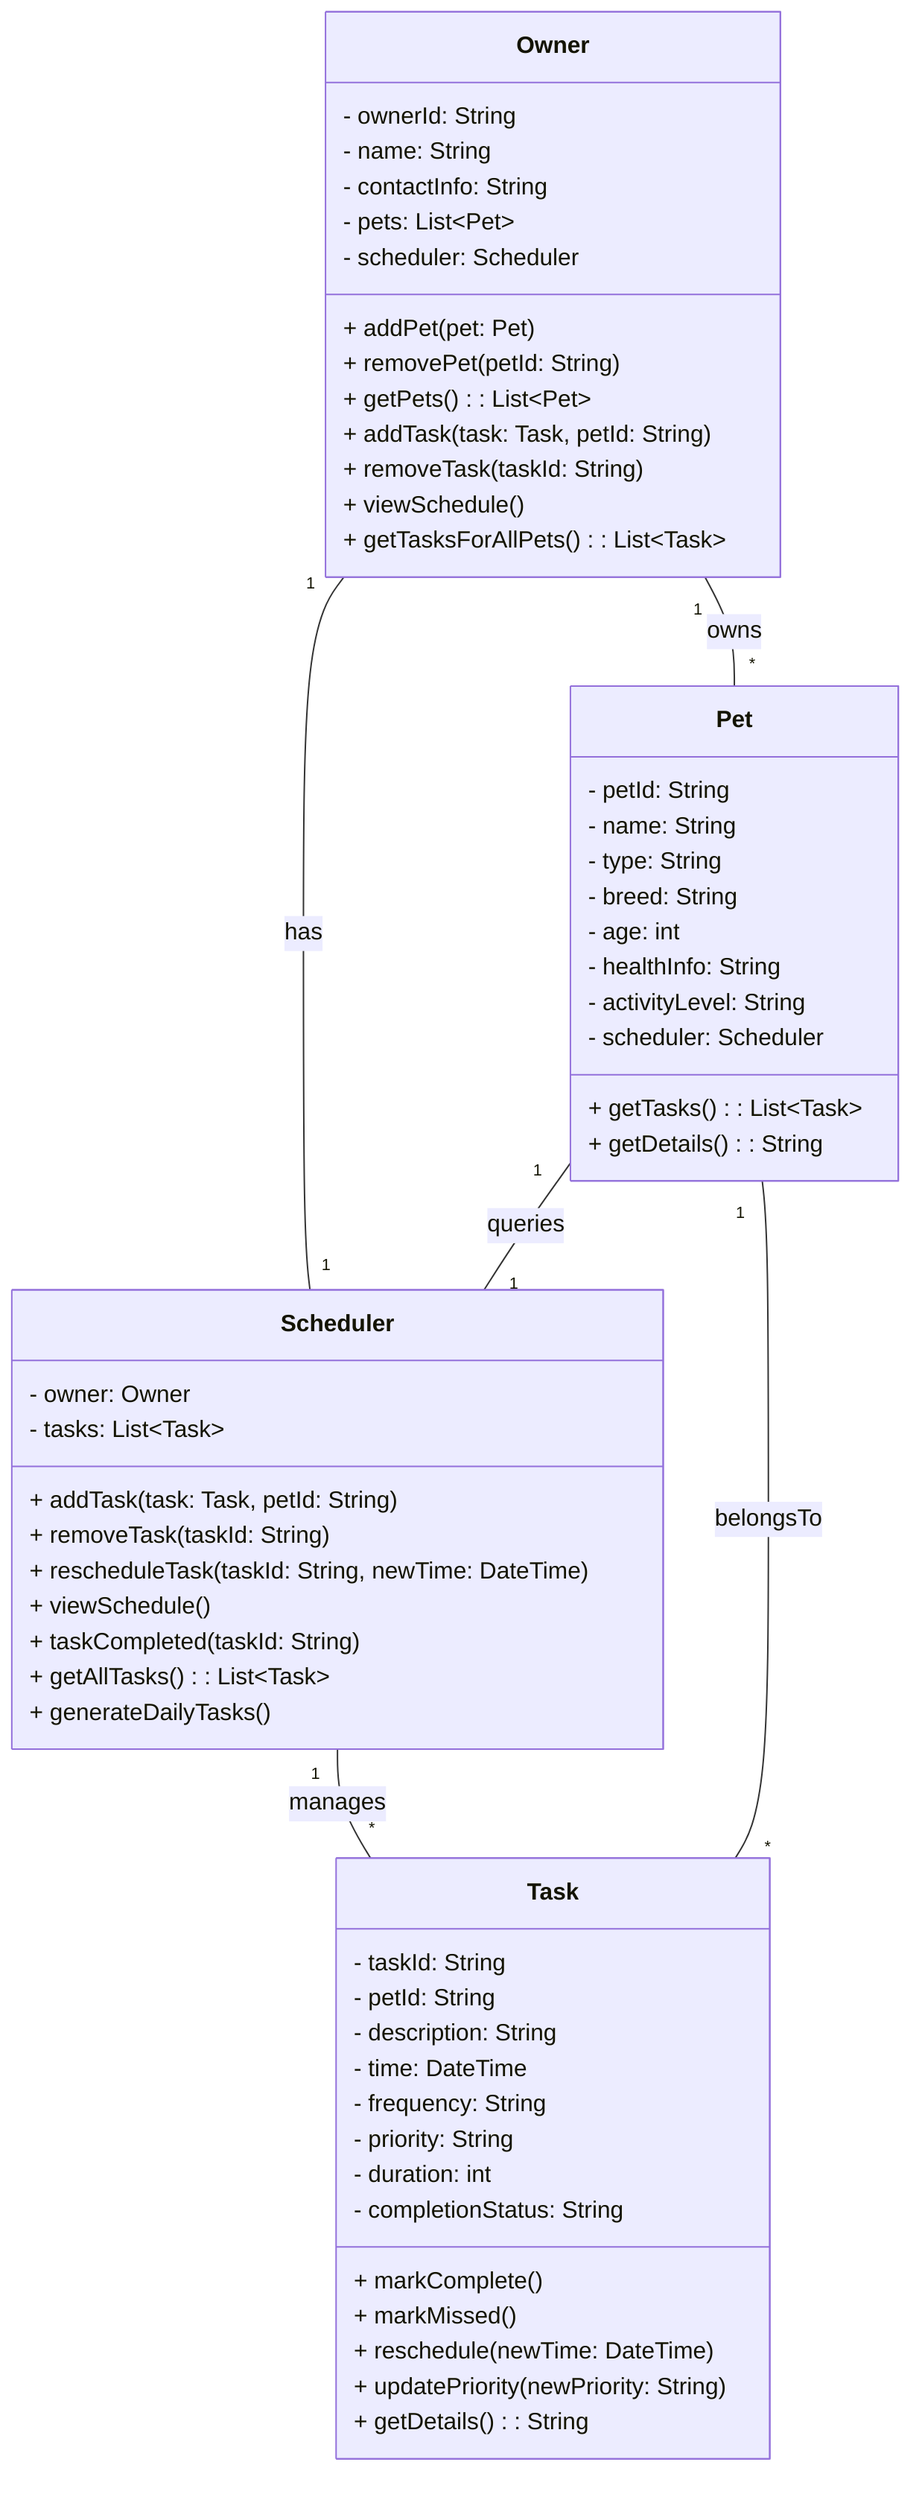
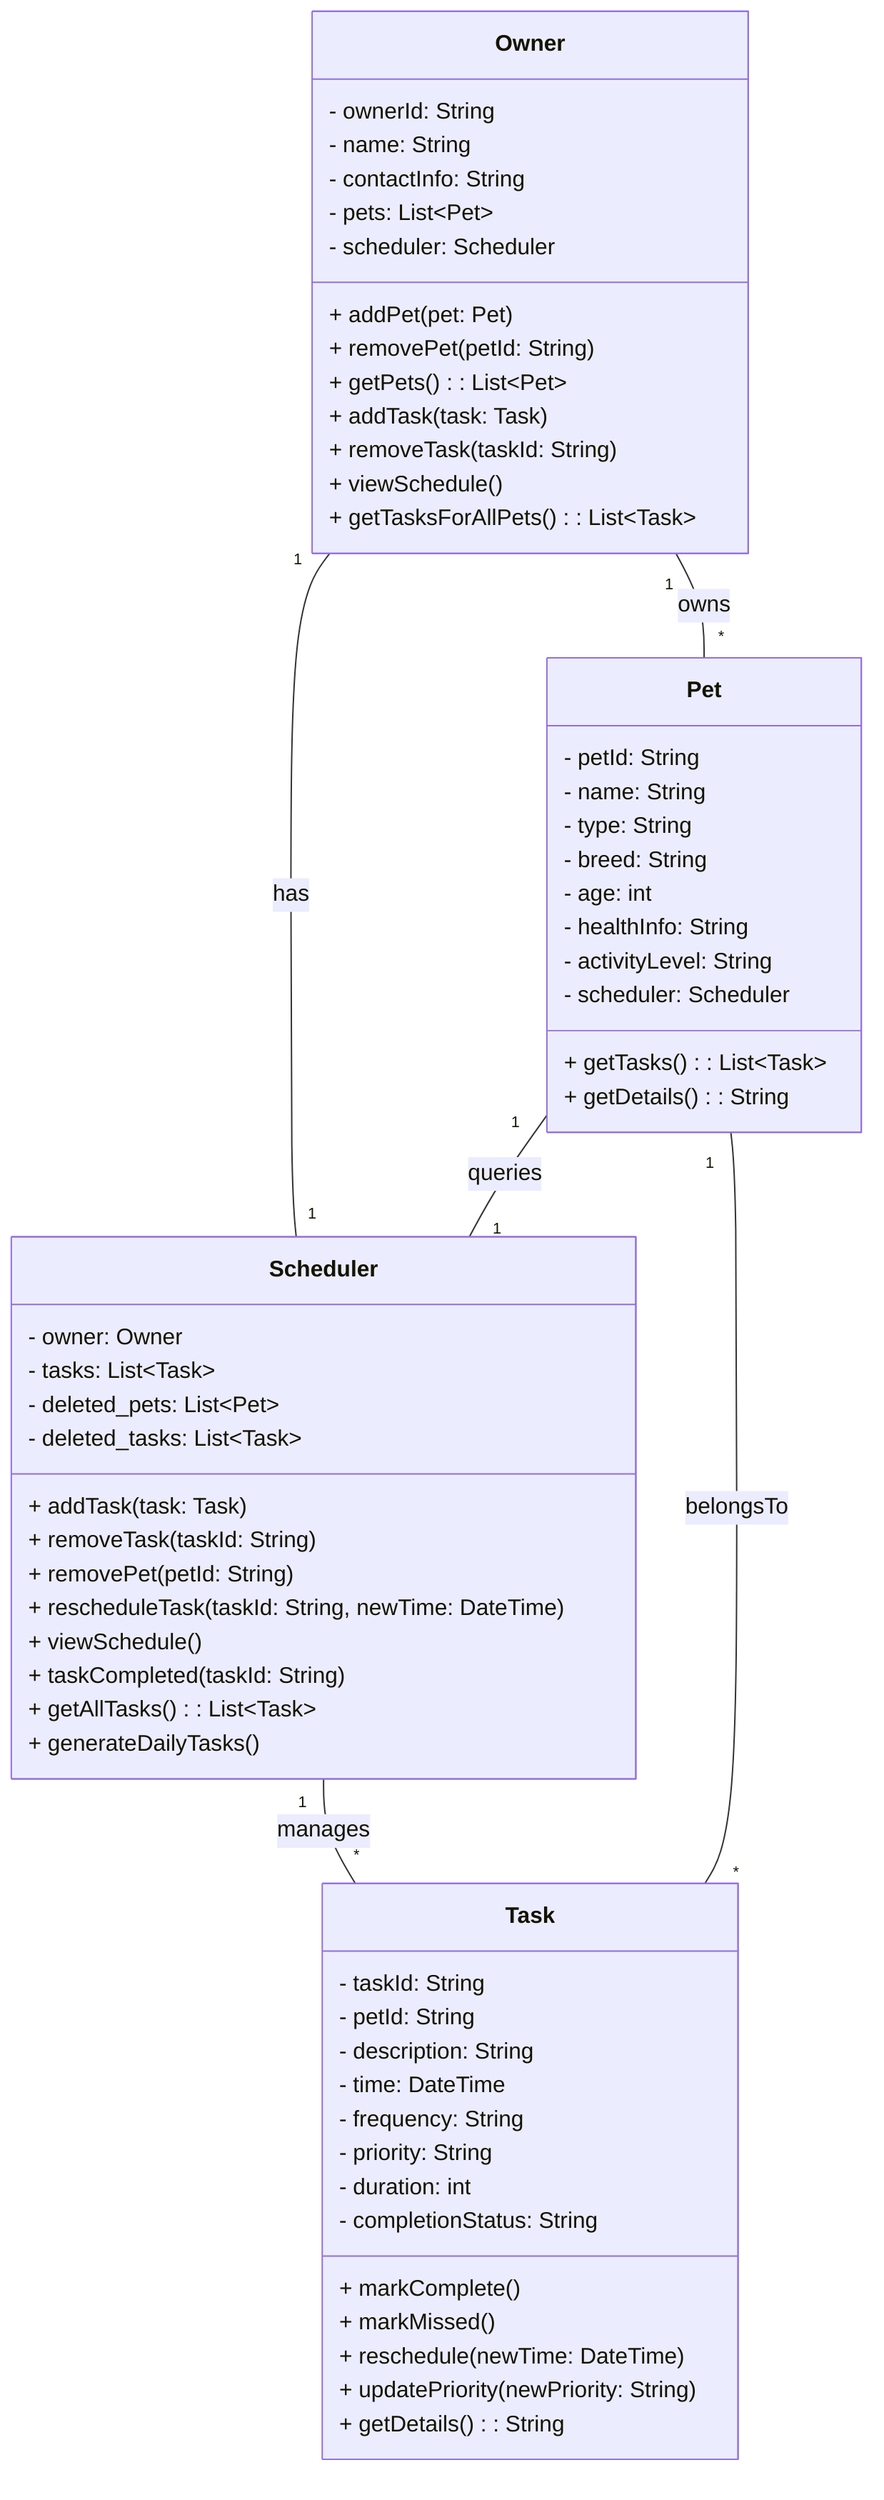
classDiagram
    class Owner {
        - ownerId: String
        - name: String
        - contactInfo: String
        - pets: List~Pet~
        - scheduler: Scheduler
        + addPet(pet: Pet)
        + removePet(petId: String)
        + getPets(): List~Pet~
-         + addTask(task: Task, petId: String)
+         + addTask(task: Task)
        + removeTask(taskId: String)
        + viewSchedule()
        + getTasksForAllPets(): List~Task~
    }

    class Pet {
        - petId: String
        - name: String
        - type: String
        - breed: String
        - age: int
        - healthInfo: String
        - activityLevel: String
        - scheduler: Scheduler
        + getTasks(): List~Task~
        + getDetails(): String
    }

    class Task {
        - taskId: String
        - petId: String
        - description: String
        - time: DateTime
        - frequency: String
        - priority: String
        - duration: int
        - completionStatus: String
        + markComplete()
        + markMissed()
        + reschedule(newTime: DateTime)
        + updatePriority(newPriority: String)
        + getDetails(): String
    }

    class Scheduler {
        - owner: Owner
        - tasks: List~Task~
-         + addTask(task: Task, petId: String)
+         - deleted_pets: List~Pet~
+         - deleted_tasks: List~Task~
+         + addTask(task: Task)
        + removeTask(taskId: String)
+         + removePet(petId: String)
        + rescheduleTask(taskId: String, newTime: DateTime)
        + viewSchedule()
        + taskCompleted(taskId: String)
        + getAllTasks(): List~Task~
        + generateDailyTasks()
    }

    Owner "1" -- "*" Pet : owns
    Owner "1" -- "1" Scheduler : has
    Scheduler "1" -- "*" Task : manages
    Task "*" -- "1" Pet : belongsTo
    Pet "1" -- "1" Scheduler : queries
